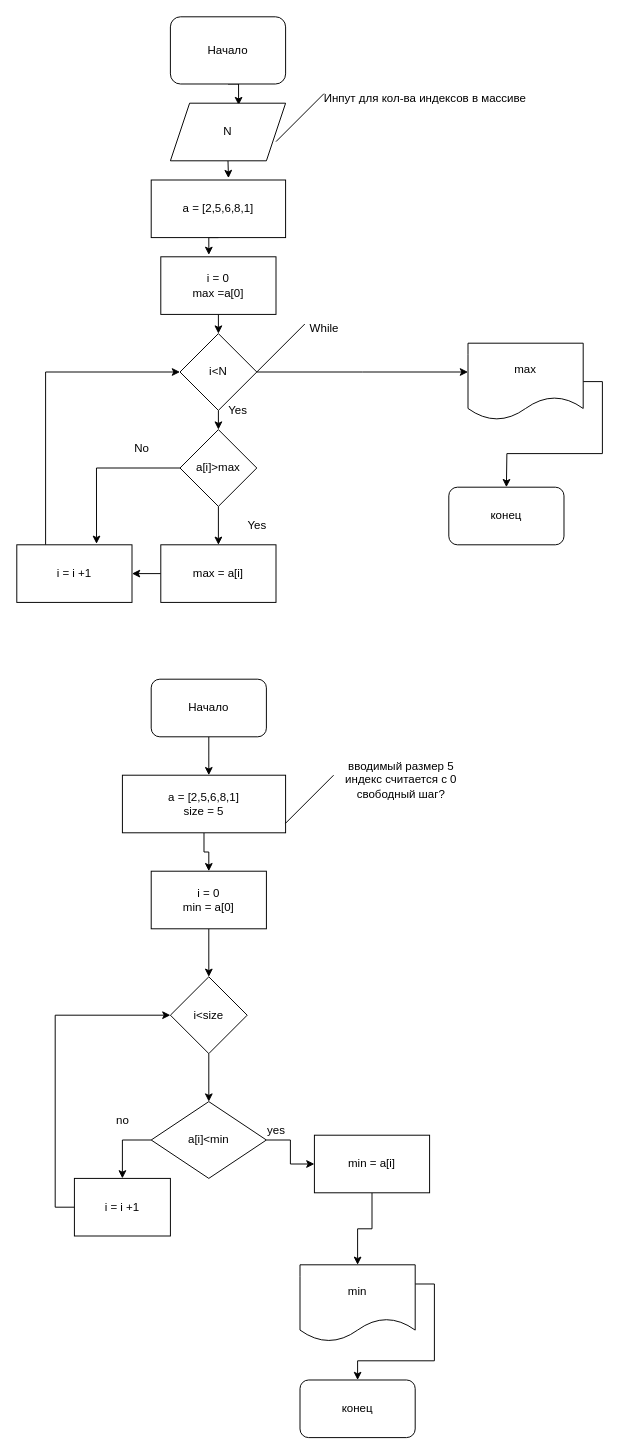
This is Untitled Diagram.drawio from AllLook/diagrams2, a draw.io file, before an edit. Source tidied: cells renumbered, new cells numbered last; positions are measured from the earlier drawing's top-left corner, leaving out a move shared by most shapes. Both pictures are drawn from the tidied source at 96%, with x=0, y=0 at pixel (16, 16).
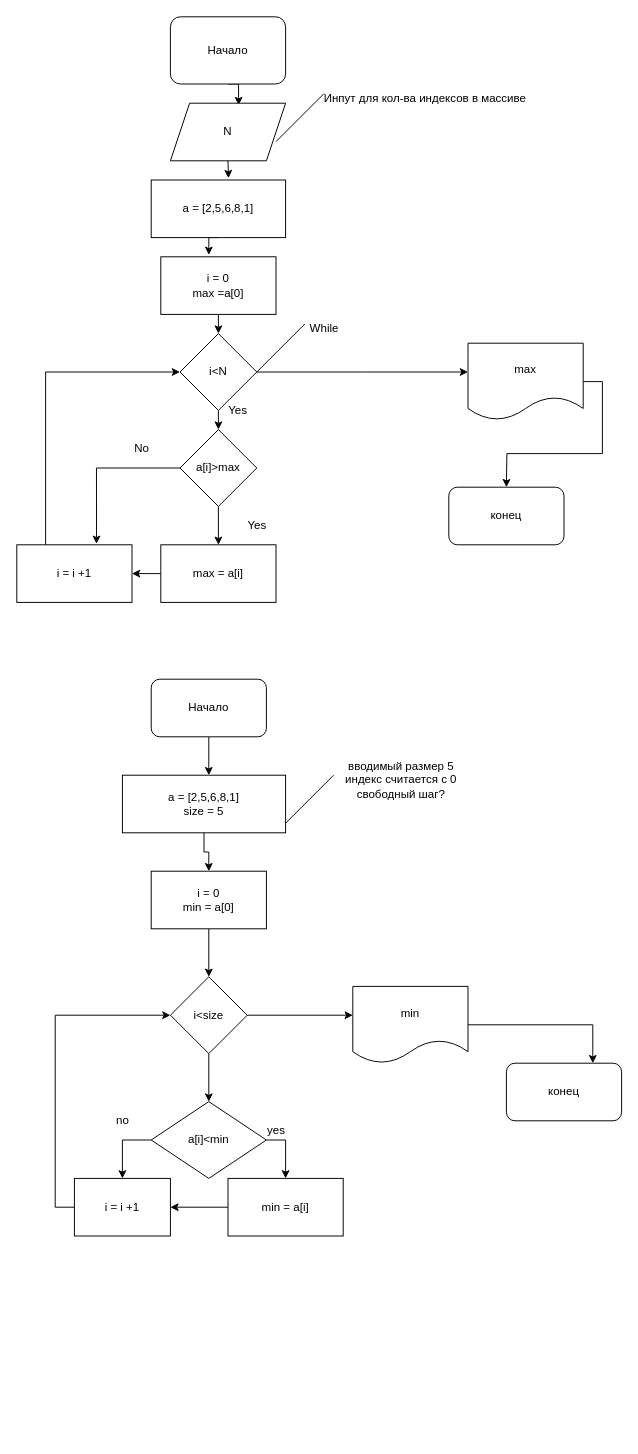
After the change.

The change refers to these unchanged cells:
```xml
<mxCell id="37" value="i&amp;lt;size" style="rhombus;whiteSpace=wrap;html=1;" parent="1" vertex="1">
  <mxGeometry x="160" y="1000" width="80" height="80" as="geometry" />
</mxCell>
<mxCell id="42" value="i = i +1" style="rounded=0;whiteSpace=wrap;html=1;" parent="1" vertex="1">
  <mxGeometry x="60" y="1210" width="100" height="60" as="geometry" />
</mxCell>
```

The edit, as a diff of the source:
```diff
@@
+    <mxCell id="52" style="edgeStyle=orthogonalEdgeStyle;rounded=0;jettySize=auto;html=1;exitX=1;exitY=0.5;exitDx=0;exitDy=0;" parent="1" edge="1" source="37">
+      <mxGeometry relative="1" as="geometry">
+        <mxPoint x="350" y="1040" as="targetPoint" />
+      </mxGeometry>
+    </mxCell>
@@
-    <mxCell id="44" style="edgeStyle=orthogonalEdgeStyle;rounded=0;jettySize=auto;html=1;exitX=1;exitY=0.25;exitDx=0;exitDy=0;entryX=0.5;entryY=0;entryDx=0;entryDy=0;" parent="1" edge="1" source="45" target="46">
-      <mxGeometry relative="1" as="geometry" />
-    </mxCell>
-    <mxCell id="45" value="min" style="shape=document;whiteSpace=wrap;html=1;boundedLbl=1;" parent="1" vertex="1">
-      <mxGeometry x="295" y="1300" width="120" height="80" as="geometry" />
-    </mxCell>
-    <mxCell id="46" value="конец" style="rounded=1;whiteSpace=wrap;html=1;" parent="1" vertex="1">
-      <mxGeometry x="295" y="1420" width="120" height="60" as="geometry" />
-    </mxCell>
-    <mxCell id="47" style="edgeStyle=orthogonalEdgeStyle;rounded=0;jettySize=auto;html=1;exitX=0.5;exitY=1;exitDx=0;exitDy=0;" parent="1" edge="1" source="48" target="45">
-      <mxGeometry relative="1" as="geometry" />
-    </mxCell>
+    <mxCell id="53" style="edgeStyle=orthogonalEdgeStyle;rounded=0;jettySize=auto;html=1;entryX=1;entryY=0.5;entryDx=0;entryDy=0;" parent="1" edge="1" source="48" target="42">
+      <mxGeometry relative="1" as="geometry" />
+    </mxCell>
     <mxCell id="48" value="min = a[i]" style="rounded=0;whiteSpace=wrap;html=1;" parent="1" vertex="1">
-      <mxGeometry x="310" y="1165" width="120" height="60" as="geometry" />
+      <mxGeometry x="220" y="1210" width="120" height="60" as="geometry" />
     </mxCell>
@@
+    <mxCell id="44" style="edgeStyle=orthogonalEdgeStyle;rounded=0;jettySize=auto;html=1;exitX=1;exitY=0.5;exitDx=0;exitDy=0;entryX=0.75;entryY=0;entryDx=0;entryDy=0;" parent="1" edge="1" source="45" target="46">
+      <mxGeometry relative="1" as="geometry" />
+    </mxCell>
+    <mxCell id="45" value="min" style="shape=document;whiteSpace=wrap;html=1;boundedLbl=1;" parent="1" vertex="1">
+      <mxGeometry x="350" y="1010" width="120" height="80" as="geometry" />
+    </mxCell>
+    <mxCell id="46" value="конец" style="rounded=1;whiteSpace=wrap;html=1;" parent="1" vertex="1">
+      <mxGeometry x="510" y="1090" width="120" height="60" as="geometry" />
+    </mxCell>
```
